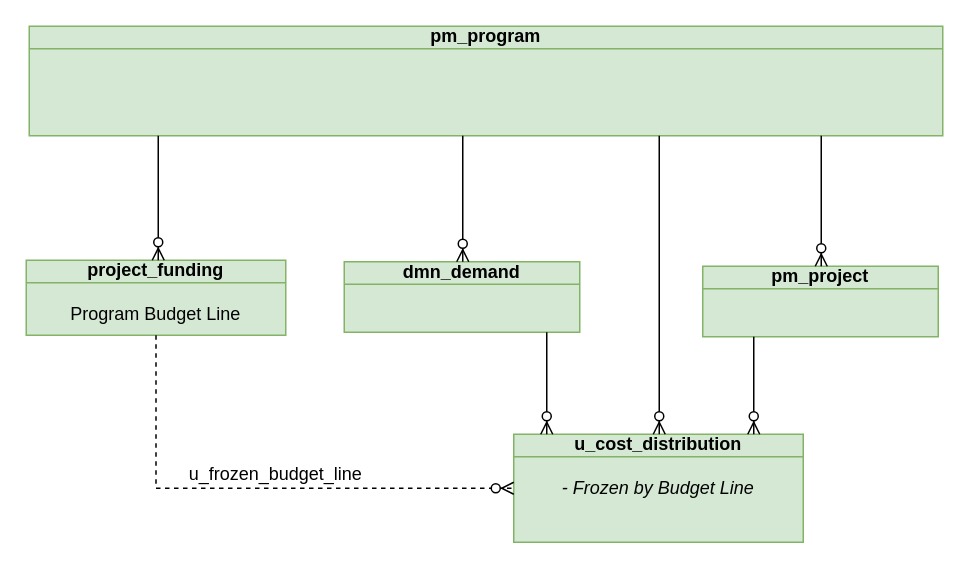
This is page "mProgram3" (7 of 11) of Wac.drawio from algimas/tmp, a draw.io file, before an edit. Source tidied: cells renumbered, new cells numbered last; positions are measured from the earlier drawing's top-left corner, leaving out a move shared by most shapes. Both pictures are drawn from the tidied source at 150%, with x=0, y=0 at pixel (26, 26).
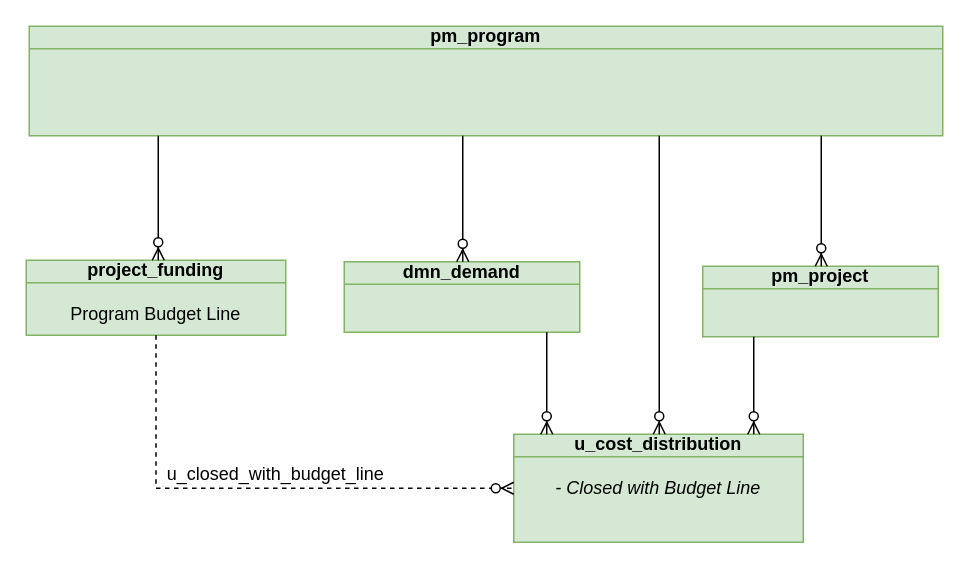
After the change.

Change to the diagram source:
```diff
@@
 <mxGraphModel>
   <root>
     <mxCell id="0" />
     <mxCell id="1" parent="0" />
     <mxCell id="2" value="&lt;b&gt;pm_program&lt;/b&gt;&lt;div&gt;&lt;br&gt;&lt;/div&gt;&lt;div&gt;&lt;br&gt;&lt;/div&gt;" style="html=1;outlineConnect=0;whiteSpace=wrap;fillColor=#d5e8d4;shape=mxgraph.archimate3.businessObject;overflow=fill;strokeColor=#82b366;fontStyle=0;fontSize=12;shadow=0;" parent="1" vertex="1">
       <mxGeometry x="2" width="609" height="73" as="geometry" />
     </mxCell>
     <mxCell id="3" value="&lt;b&gt;project_funding&lt;/b&gt;&lt;div&gt;&lt;b&gt;&lt;br&gt;&lt;/b&gt;&lt;div&gt;Program Budget Line&lt;b&gt;&lt;/b&gt;&lt;/div&gt;&lt;/div&gt;" style="html=1;outlineConnect=0;whiteSpace=wrap;fillColor=#d5e8d4;shape=mxgraph.archimate3.businessObject;overflow=fill;strokeColor=#82b366;fontStyle=0;fontSize=12;shadow=0;" parent="1" vertex="1">
       <mxGeometry y="156" width="173" height="50" as="geometry" />
     </mxCell>
     <mxCell id="4" style="fontSize=12;html=1;endArrow=ERzeroToMany;endFill=1;rounded=0;fontStyle=0;edgeStyle=elbowEdgeStyle;" parent="1" edge="1" source="2" target="3">
       <mxGeometry relative="1" as="geometry" />
     </mxCell>
-    <mxCell id="5" value="&lt;b&gt;u_cost_distribution&lt;/b&gt;&lt;div&gt;&lt;b&gt;&lt;br&gt;&lt;/b&gt;&lt;/div&gt;&lt;div&gt;&lt;i&gt;- Frozen by Budget Line&lt;/i&gt;&lt;/div&gt;" style="html=1;outlineConnect=0;whiteSpace=wrap;fillColor=#d5e8d4;shape=mxgraph.archimate3.businessObject;overflow=fill;strokeColor=#82b366;fontStyle=0;fontSize=12;shadow=0;" parent="1" vertex="1">
+    <mxCell id="5" value="&lt;b&gt;u_cost_distribution&lt;/b&gt;&lt;div&gt;&lt;b&gt;&lt;br&gt;&lt;/b&gt;&lt;/div&gt;&lt;div&gt;&lt;i&gt;- Closed with Budget Line&lt;/i&gt;&lt;/div&gt;" style="html=1;outlineConnect=0;whiteSpace=wrap;fillColor=#d5e8d4;shape=mxgraph.archimate3.businessObject;overflow=fill;strokeColor=#82b366;fontStyle=0;fontSize=12;shadow=0;" parent="1" vertex="1">
       <mxGeometry x="325" y="272" width="193" height="72" as="geometry" />
     </mxCell>
     <mxCell id="6" style="fontSize=12;html=1;endArrow=ERzeroToMany;endFill=1;rounded=0;fontStyle=0;edgeStyle=elbowEdgeStyle;" parent="1" edge="1" source="2" target="5">
       <mxGeometry relative="1" as="geometry" />
     </mxCell>
     <mxCell id="7" value="&lt;b&gt;dmn_demand&lt;/b&gt;" style="html=1;outlineConnect=0;whiteSpace=wrap;fillColor=#d5e8d4;shape=mxgraph.archimate3.businessObject;overflow=fill;strokeColor=#82b366;fontStyle=0;fontSize=12;shadow=0;" parent="1" vertex="1">
       <mxGeometry x="212" y="157" width="157" height="47" as="geometry" />
     </mxCell>
     <mxCell id="8" style="fontSize=12;html=1;endArrow=ERzeroToMany;endFill=1;rounded=0;fontStyle=0;edgeStyle=elbowEdgeStyle;" parent="1" edge="1" source="2" target="7">
       <mxGeometry relative="1" as="geometry" />
     </mxCell>
     <mxCell id="9" style="fontSize=12;html=1;endArrow=ERzeroToMany;endFill=1;rounded=0;fontStyle=0;edgeStyle=elbowEdgeStyle;" parent="1" edge="1" source="7" target="5">
       <mxGeometry relative="1" as="geometry" />
     </mxCell>
     <mxCell id="10" value="&lt;b&gt;pm_project&lt;/b&gt;" style="html=1;outlineConnect=0;whiteSpace=wrap;fillColor=#d5e8d4;shape=mxgraph.archimate3.businessObject;overflow=fill;strokeColor=#82b366;fontStyle=0;fontSize=12;shadow=0;" parent="1" vertex="1">
       <mxGeometry x="451" y="160" width="157" height="47" as="geometry" />
     </mxCell>
     <mxCell id="11" style="fontSize=12;html=1;endArrow=ERzeroToMany;endFill=1;rounded=0;fontStyle=0;edgeStyle=elbowEdgeStyle;" parent="1" edge="1" source="2" target="10">
       <mxGeometry relative="1" as="geometry" />
     </mxCell>
     <mxCell id="12" style="fontSize=12;html=1;endArrow=ERzeroToMany;endFill=1;rounded=0;fontStyle=0;edgeStyle=elbowEdgeStyle;" parent="1" edge="1" source="10" target="5">
       <mxGeometry relative="1" as="geometry" />
     </mxCell>
     <mxCell id="13" style="fontSize=12;html=1;endArrow=ERzeroToMany;endFill=1;rounded=0;fontStyle=0;edgeStyle=orthogonalEdgeStyle;libavoidRouting=1;dashed=1;" parent="1" edge="1" source="3" target="5">
       <mxGeometry relative="1" as="geometry">
         <Array as="points">
           <mxPoint x="87" y="308" />
         </Array>
       </mxGeometry>
     </mxCell>
-    <mxCell id="14" value="u_frozen_budget_line" style="edgeLabel;html=1;align=center;verticalAlign=middle;fontSize=12;" parent="13" vertex="1">
+    <mxCell id="14" value="u_closed_with_budget_line" style="edgeLabel;html=1;align=center;verticalAlign=middle;fontSize=12;" parent="13" vertex="1">
       <mxGeometry x="-0.09" relative="1" as="geometry">
         <mxPoint x="26" y="-10" as="offset" />
       </mxGeometry>
     </mxCell>
   </root>
 </mxGraphModel>
```
